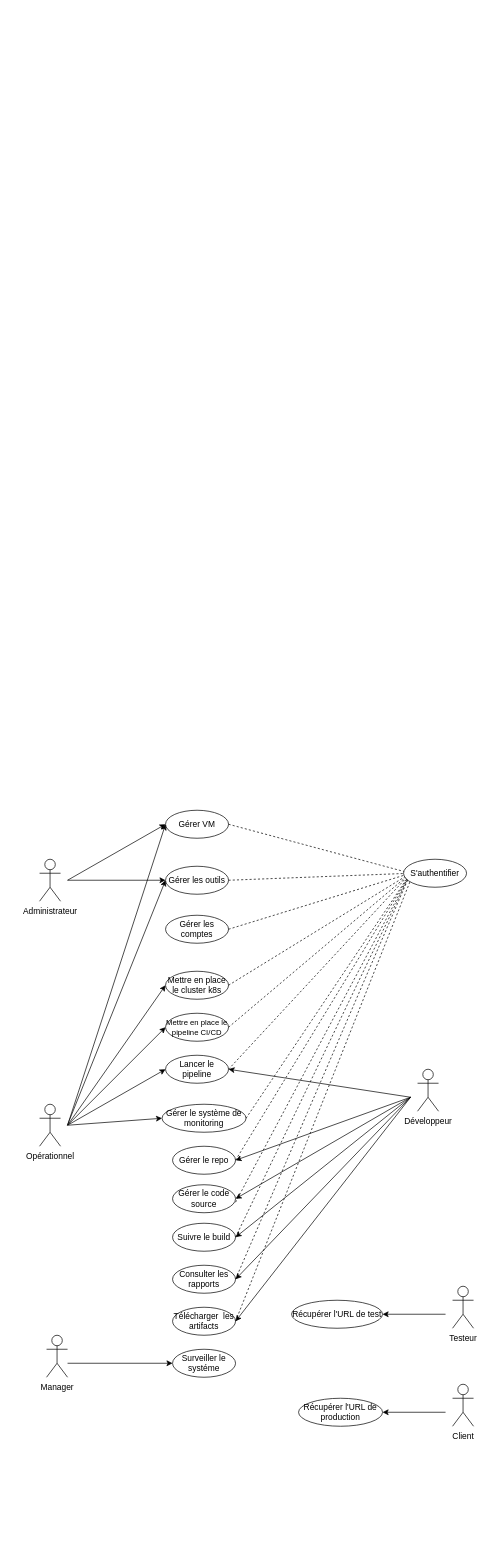
Earlier version of the draw.io diagram page "Page-3" (3 of 6) of Untitled Diagram.drawio (nouha57/AJAX-Movie-Recommendation-System-with-Sentiment-Analysis). Source tidied: cells renumbered, new cells numbered last; positions are measured from the earlier drawing's top-left corner, leaving out a move shared by most shapes. Both pictures are drawn from the tidied source at 70%, with x=0, y=0 at pixel (39, 810).
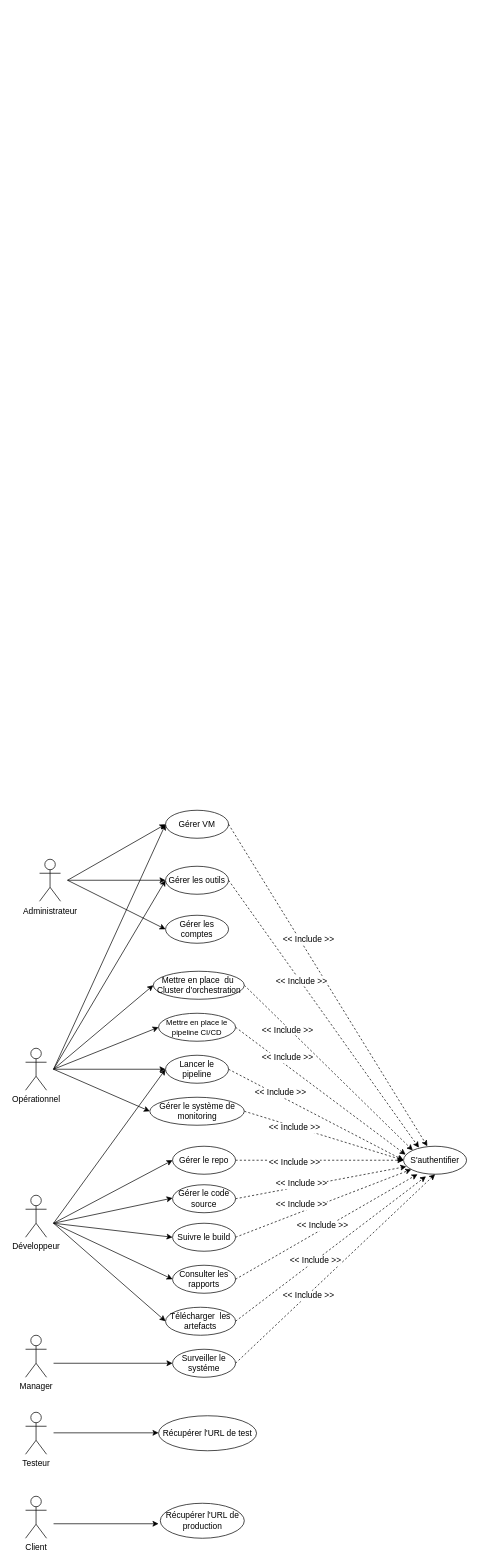
The same diagram, later.

Commit message (it also covers changes not shown here):
Mettre à jour Untitled Diagram.drawio

Unchanged cells that the change refers to:
```xml
<mxCell id="4" value="Gérer VM" style="ellipse;whiteSpace=wrap;html=1;" parent="1" vertex="1">
  <mxGeometry x="180" width="90" height="40" as="geometry" />
</mxCell>
<mxCell id="5" value="Gérer les outils" style="ellipse;whiteSpace=wrap;html=1;" parent="1" vertex="1">
  <mxGeometry x="180" y="80" width="90" height="40" as="geometry" />
</mxCell>
<mxCell id="6" value="Gérer les comptes" style="ellipse;whiteSpace=wrap;html=1;" parent="1" vertex="1">
  <mxGeometry x="180" y="150" width="90" height="40" as="geometry" />
</mxCell>
<mxCell id="8" value="Lancer le pipeline" style="ellipse;whiteSpace=wrap;html=1;" parent="1" vertex="1">
  <mxGeometry x="180" y="350" width="90" height="40" as="geometry" />
</mxCell>
<mxCell id="13" value="&lt;font style=&quot;font-size: 12px;&quot;&gt;Gérer le repo&lt;/font&gt;" style="ellipse;whiteSpace=wrap;html=1;" parent="1" vertex="1">
  <mxGeometry x="190" y="480" width="90" height="40" as="geometry" />
</mxCell>
<mxCell id="16" value="&lt;font style=&quot;font-size: 12px;&quot;&gt;Gérer le code source&lt;/font&gt;" style="ellipse;whiteSpace=wrap;html=1;" parent="1" vertex="1">
  <mxGeometry x="190" y="535" width="90" height="40" as="geometry" />
</mxCell>
<mxCell id="17" value="&lt;font style=&quot;font-size: 12px;&quot;&gt;Suivre le build&lt;/font&gt;" style="ellipse;whiteSpace=wrap;html=1;" parent="1" vertex="1">
  <mxGeometry x="190" y="590" width="90" height="40" as="geometry" />
</mxCell>
<mxCell id="18" value="&lt;font style=&quot;font-size: 12px;&quot;&gt;Consulter les rapports&lt;/font&gt;" style="ellipse;whiteSpace=wrap;html=1;" parent="1" vertex="1">
  <mxGeometry x="190" y="650" width="90" height="40" as="geometry" />
</mxCell>
<mxCell id="45" value="&lt;font style=&quot;font-size: 12px;&quot;&gt;Surveiller le systéme&lt;/font&gt;" style="ellipse;whiteSpace=wrap;html=1;" parent="1" vertex="1">
  <mxGeometry x="190" y="770" width="90" height="40" as="geometry" />
</mxCell>
```

The edit, as a diff of the source:
```diff
@@
     <mxCell id="3" value="Opérationnel&lt;br&gt;" style="shape=umlActor;verticalLabelPosition=bottom;verticalAlign=top;html=1;" parent="1" vertex="1">
-      <mxGeometry y="420" width="30" height="60" as="geometry" />
+      <mxGeometry x="-20" y="340" width="30" height="60" as="geometry" />
     </mxCell>
@@
+    <mxCell id="53" style="edgeStyle=none;rounded=0;jettySize=auto;html=1;exitX=1;exitY=0.5;exitDx=0;exitDy=0;entryX=0;entryY=0;entryDx=0;entryDy=0;endArrow=classic;endFill=1;strokeColor=default;dashed=1;" parent="1" edge="1" source="7" target="43">
+      <mxGeometry relative="1" as="geometry" />
+    </mxCell>
-    <mxCell id="7" value="Mettre en place le cluster k8s" style="ellipse;whiteSpace=wrap;html=1;" parent="1" vertex="1">
-      <mxGeometry x="180" y="230" width="90" height="40" as="geometry" />
+    <mxCell id="7" value="Mettre en place&amp;nbsp; du&amp;nbsp; Cluster d'orchestration" style="ellipse;whiteSpace=wrap;html=1;" parent="1" vertex="1">
+      <mxGeometry x="162.5" y="230" width="130" height="40" as="geometry" />
     </mxCell>
+    <mxCell id="54" style="edgeStyle=none;rounded=0;jettySize=auto;html=1;exitX=1;exitY=0.5;exitDx=0;exitDy=0;entryX=0;entryY=0.5;entryDx=0;entryDy=0;endArrow=classic;endFill=1;strokeColor=default;dashed=1;" parent="1" edge="1" source="8" target="43">
+      <mxGeometry relative="1" as="geometry" />
+    </mxCell>
@@
+    <mxCell id="55" style="edgeStyle=none;rounded=0;jettySize=auto;html=1;exitX=1;exitY=0.5;exitDx=0;exitDy=0;dashed=1;endArrow=classic;endFill=1;strokeColor=default;" parent="1" edge="1" source="9">
+      <mxGeometry relative="1" as="geometry">
+        <mxPoint x="520" y="500" as="targetPoint" />
+      </mxGeometry>
+    </mxCell>
     <mxCell id="9" value="Gérer le système de monitoring" style="ellipse;whiteSpace=wrap;html=1;" parent="1" vertex="1">
-      <mxGeometry x="175" y="420" width="120" height="40" as="geometry" />
+      <mxGeometry x="157.5" y="410" width="135" height="40" as="geometry" />
     </mxCell>
+    <mxCell id="56" style="edgeStyle=none;rounded=0;jettySize=auto;html=1;exitX=1;exitY=0.5;exitDx=0;exitDy=0;entryX=0.033;entryY=0.3;entryDx=0;entryDy=0;entryPerimeter=0;endArrow=classic;endFill=1;strokeColor=default;dashed=1;" parent="1" edge="1" source="10" target="43">
+      <mxGeometry relative="1" as="geometry" />
+    </mxCell>
     <mxCell id="10" value="&lt;font style=&quot;font-size: 11px;&quot;&gt;Mettre en place le pipeline CI/CD&lt;/font&gt;" style="ellipse;whiteSpace=wrap;html=1;" parent="1" vertex="1">
-      <mxGeometry x="180" y="290" width="90" height="40" as="geometry" />
+      <mxGeometry x="170" y="290" width="110" height="40" as="geometry" />
     </mxCell>
@@
+    <mxCell id="57" style="edgeStyle=none;rounded=0;jettySize=auto;html=1;exitX=1;exitY=0.5;exitDx=0;exitDy=0;entryX=0;entryY=0.5;entryDx=0;entryDy=0;dashed=1;endArrow=classic;endFill=1;strokeColor=default;" parent="1" edge="1" source="13" target="43">
+      <mxGeometry relative="1" as="geometry" />
+    </mxCell>
@@
     <mxCell id="14" style="endArrow=classic;html=1;rounded=0;fontSize=11;entryX=0;entryY=0.5;entryDx=0;entryDy=0;" parent="1" edge="1" target="7">
       <mxGeometry relative="1" as="geometry">
-        <mxPoint x="40" y="450" as="sourcePoint" />
+        <mxPoint x="20" y="370" as="sourcePoint" />
       </mxGeometry>
     </mxCell>
     <mxCell id="15" style="endArrow=classic;html=1;rounded=0;fontSize=11;entryX=0;entryY=0.5;entryDx=0;entryDy=0;" parent="1" edge="1" target="4">
       <mxGeometry relative="1" as="geometry">
-        <mxPoint x="40" y="450" as="sourcePoint" />
+        <mxPoint x="20" y="370" as="sourcePoint" />
       </mxGeometry>
     </mxCell>
+    <mxCell id="58" style="edgeStyle=none;rounded=0;jettySize=auto;html=1;exitX=1;exitY=0.5;exitDx=0;exitDy=0;entryX=0.044;entryY=0.725;entryDx=0;entryDy=0;entryPerimeter=0;endArrow=classic;endFill=1;strokeColor=default;dashed=1;" parent="1" edge="1" source="16" target="43">
+      <mxGeometry relative="1" as="geometry" />
+    </mxCell>
@@
+    <mxCell id="59" style="edgeStyle=none;rounded=0;jettySize=auto;html=1;exitX=1;exitY=0.5;exitDx=0;exitDy=0;endArrow=classic;endFill=1;strokeColor=default;dashed=1;" parent="1" edge="1" source="17" target="43">
+      <mxGeometry relative="1" as="geometry" />
+    </mxCell>
@@
-    <mxCell id="19" value="&lt;font style=&quot;font-size: 12px;&quot;&gt;Télécharger&amp;nbsp; les artifacts&lt;/font&gt;" style="ellipse;whiteSpace=wrap;html=1;" parent="1" vertex="1">
-      <mxGeometry x="190" y="710" width="90" height="40" as="geometry" />
+    <mxCell id="19" value="&lt;font style=&quot;font-size: 12px;&quot;&gt;Télécharger&amp;nbsp; les artefacts&lt;/font&gt;" style="ellipse;whiteSpace=wrap;html=1;" parent="1" vertex="1">
+      <mxGeometry x="180" y="710" width="100" height="40" as="geometry" />
     </mxCell>
     <mxCell id="20" style="endArrow=classic;html=1;rounded=0;entryX=0;entryY=0.5;entryDx=0;entryDy=0;" parent="1" edge="1" target="5">
       <mxGeometry relative="1" as="geometry">
-        <mxPoint x="40" y="449.3" as="sourcePoint" />
+        <mxPoint x="20" y="370" as="sourcePoint" />
       </mxGeometry>
     </mxCell>
     <mxCell id="21" style="endArrow=classic;html=1;rounded=0;entryX=0;entryY=0.5;entryDx=0;entryDy=0;" parent="1" edge="1" target="10">
       <mxGeometry relative="1" as="geometry">
-        <mxPoint x="40" y="450" as="sourcePoint" />
+        <mxPoint x="20" y="370" as="sourcePoint" />
       </mxGeometry>
     </mxCell>
     <mxCell id="22" style="endArrow=classic;html=1;rounded=0;entryX=0;entryY=0.5;entryDx=0;entryDy=0;" parent="1" edge="1" target="8">
       <mxGeometry relative="1" as="geometry">
-        <mxPoint x="40" y="450" as="sourcePoint" />
+        <mxPoint x="20" y="370" as="sourcePoint" />
       </mxGeometry>
     </mxCell>
     <mxCell id="23" style="endArrow=classic;html=1;rounded=0;entryX=0;entryY=0.5;entryDx=0;entryDy=0;" parent="1" edge="1" target="9">
       <mxGeometry relative="1" as="geometry">
-        <mxPoint x="40" y="450" as="sourcePoint" />
+        <mxPoint x="20" y="370" as="sourcePoint" />
       </mxGeometry>
     </mxCell>
+    <mxCell id="60" style="edgeStyle=none;rounded=0;jettySize=auto;html=1;entryX=0;entryY=0.5;entryDx=0;entryDy=0;endArrow=classic;endFill=1;strokeColor=default;" parent="1" edge="1" target="13">
+      <mxGeometry relative="1" as="geometry">
+        <mxPoint x="20" y="590" as="sourcePoint" />
+      </mxGeometry>
+    </mxCell>
     <mxCell id="24" value="Développeur" style="shape=umlActor;verticalLabelPosition=bottom;verticalAlign=top;html=1;" parent="1" vertex="1">
-      <mxGeometry x="540" y="370" width="30" height="60" as="geometry" />
+      <mxGeometry x="-20" y="550" width="30" height="60" as="geometry" />
     </mxCell>
-    <mxCell id="25" style="endArrow=classic;html=1;rounded=0;fontSize=12;entryX=1;entryY=0.5;entryDx=0;entryDy=0;" parent="1" edge="1" target="8">
-      <mxGeometry relative="1" as="geometry">
-        <mxPoint x="530" y="410" as="sourcePoint" />
-      </mxGeometry>
-    </mxCell>
-    <mxCell id="26" style="endArrow=classic;html=1;rounded=0;fontSize=12;entryX=1;entryY=0.5;entryDx=0;entryDy=0;" parent="1" edge="1" target="13">
-      <mxGeometry relative="1" as="geometry">
-        <mxPoint x="530" y="410" as="sourcePoint" />
-      </mxGeometry>
-    </mxCell>
-    <mxCell id="27" style="endArrow=classic;html=1;rounded=0;fontSize=12;entryX=1;entryY=0.5;entryDx=0;entryDy=0;" parent="1" edge="1" target="16">
-      <mxGeometry relative="1" as="geometry">
-        <mxPoint x="530" y="410" as="sourcePoint" />
-      </mxGeometry>
-    </mxCell>
-    <mxCell id="28" style="endArrow=classic;html=1;rounded=0;fontSize=12;entryX=1;entryY=0.5;entryDx=0;entryDy=0;" parent="1" edge="1" target="17">
-      <mxGeometry relative="1" as="geometry">
-        <mxPoint x="530" y="410" as="sourcePoint" />
-      </mxGeometry>
-    </mxCell>
-    <mxCell id="29" style="endArrow=classic;html=1;rounded=0;fontSize=12;entryX=1;entryY=0.5;entryDx=0;entryDy=0;" parent="1" edge="1" target="18">
-      <mxGeometry relative="1" as="geometry">
-        <mxPoint x="530" y="410" as="sourcePoint" />
-      </mxGeometry>
-    </mxCell>
-    <mxCell id="30" style="endArrow=classic;html=1;rounded=0;fontSize=12;entryX=1;entryY=0.5;entryDx=0;entryDy=0;" parent="1" edge="1" target="19">
-      <mxGeometry relative="1" as="geometry">
-        <mxPoint x="530" y="410" as="sourcePoint" />
-      </mxGeometry>
-    </mxCell>
-    <mxCell id="31" style="endArrow=none;dashed=1;html=1;rounded=0;fontSize=12;exitX=1;exitY=0.5;exitDx=0;exitDy=0;" parent="1" edge="1" source="4">
-      <mxGeometry relative="1" as="geometry">
-        <mxPoint x="530" y="90" as="targetPoint" />
-      </mxGeometry>
+    <mxCell id="31" style="endArrow=classic;dashed=1;html=1;rounded=0;fontSize=12;exitX=1;exitY=0.5;exitDx=0;exitDy=0;endFill=1;entryX=0.378;entryY=0;entryDx=0;entryDy=0;entryPerimeter=0;" parent="1" edge="1" source="4" target="43">
+      <mxGeometry relative="1" as="geometry" />
     </mxCell>
-    <mxCell id="32" style="endArrow=none;dashed=1;html=1;rounded=0;fontSize=12;exitX=1;exitY=0.5;exitDx=0;exitDy=0;" parent="1" edge="1" source="5">
-      <mxGeometry relative="1" as="geometry">
-        <mxPoint x="530" y="90" as="targetPoint" />
-      </mxGeometry>
+    <mxCell id="32" style="endArrow=classic;dashed=1;html=1;rounded=0;fontSize=12;exitX=1;exitY=0.5;exitDx=0;exitDy=0;endFill=1;entryX=0.244;entryY=0.05;entryDx=0;entryDy=0;entryPerimeter=0;" parent="1" edge="1" source="5" target="43">
+      <mxGeometry relative="1" as="geometry" />
     </mxCell>
-    <mxCell id="33" style="endArrow=none;dashed=1;html=1;rounded=0;fontSize=12;exitX=1;exitY=0.5;exitDx=0;exitDy=0;" parent="1" edge="1" source="6">
-      <mxGeometry relative="1" as="geometry">
-        <mxPoint x="530" y="90" as="targetPoint" />
-      </mxGeometry>
-    </mxCell>
-    <mxCell id="34" style="endArrow=none;dashed=1;html=1;rounded=0;fontSize=12;exitX=1;exitY=0.5;exitDx=0;exitDy=0;" parent="1" edge="1" source="10">
-      <mxGeometry relative="1" as="geometry">
-        <mxPoint x="530" y="90" as="targetPoint" />
-      </mxGeometry>
-    </mxCell>
-    <mxCell id="35" style="endArrow=none;dashed=1;html=1;rounded=0;fontSize=12;" parent="1" edge="1">
-      <mxGeometry relative="1" as="geometry">
-        <mxPoint x="270" y="370" as="sourcePoint" />
-        <mxPoint x="530" y="90" as="targetPoint" />
-      </mxGeometry>
-    </mxCell>
-    <mxCell id="36" style="endArrow=none;dashed=1;html=1;rounded=0;fontSize=12;exitX=1;exitY=0.5;exitDx=0;exitDy=0;" parent="1" edge="1" source="9">
-      <mxGeometry relative="1" as="geometry">
-        <mxPoint x="530" y="90" as="targetPoint" />
-      </mxGeometry>
-    </mxCell>
-    <mxCell id="37" style="endArrow=none;dashed=1;html=1;rounded=0;fontSize=12;exitX=1;exitY=0.5;exitDx=0;exitDy=0;" parent="1" edge="1" source="13">
-      <mxGeometry relative="1" as="geometry">
-        <mxPoint x="530" y="90" as="targetPoint" />
-      </mxGeometry>
-    </mxCell>
-    <mxCell id="38" style="endArrow=none;dashed=1;html=1;rounded=0;fontSize=12;" parent="1" edge="1">
-      <mxGeometry relative="1" as="geometry">
-        <mxPoint x="280" y="560" as="sourcePoint" />
-        <mxPoint x="530" y="90" as="targetPoint" />
-      </mxGeometry>
-    </mxCell>
-    <mxCell id="39" style="endArrow=none;dashed=1;html=1;rounded=0;fontSize=12;" parent="1" edge="1">
-      <mxGeometry relative="1" as="geometry">
-        <mxPoint x="280" y="610" as="sourcePoint" />
-        <mxPoint x="530" y="90" as="targetPoint" />
-      </mxGeometry>
-    </mxCell>
-    <mxCell id="40" style="endArrow=none;dashed=1;html=1;rounded=0;fontSize=12;exitX=1;exitY=0.5;exitDx=0;exitDy=0;" parent="1" edge="1" source="7">
-      <mxGeometry relative="1" as="geometry">
-        <mxPoint x="530" y="90" as="targetPoint" />
-      </mxGeometry>
-    </mxCell>
-    <mxCell id="41" style="endArrow=none;dashed=1;html=1;rounded=0;fontSize=12;" parent="1" edge="1">
-      <mxGeometry relative="1" as="geometry">
-        <mxPoint x="280" y="670" as="sourcePoint" />
-        <mxPoint x="530" y="90" as="targetPoint" />
-      </mxGeometry>
+    <mxCell id="41" style="endArrow=classic;dashed=1;html=1;rounded=0;fontSize=12;exitX=1;exitY=0.5;exitDx=0;exitDy=0;endFill=1;entryX=0.222;entryY=1;entryDx=0;entryDy=0;entryPerimeter=0;" parent="1" edge="1" source="18" target="43">
+      <mxGeometry relative="1" as="geometry" />
     </mxCell>
-    <mxCell id="42" style="endArrow=none;dashed=1;html=1;rounded=0;fontSize=12;" parent="1" edge="1">
+    <mxCell id="42" style="endArrow=classic;dashed=1;html=1;rounded=0;fontSize=12;endFill=1;entryX=0.356;entryY=1.075;entryDx=0;entryDy=0;entryPerimeter=0;" parent="1" edge="1" target="43">
       <mxGeometry relative="1" as="geometry">
         <mxPoint x="280" y="730" as="sourcePoint" />
-        <mxPoint x="530" y="100" as="targetPoint" />
       </mxGeometry>
     </mxCell>
     <mxCell id="43" value="S'authentifier" style="ellipse;whiteSpace=wrap;html=1;" parent="1" vertex="1">
-      <mxGeometry x="520" y="70" width="90" height="40" as="geometry" />
+      <mxGeometry x="520" y="480" width="90" height="40" as="geometry" />
     </mxCell>
     <mxCell id="44" value="Manager" style="shape=umlActor;verticalLabelPosition=bottom;verticalAlign=top;html=1;" parent="1" vertex="1">
-      <mxGeometry x="10" y="750" width="30" height="60" as="geometry" />
+      <mxGeometry x="-20" y="750" width="30" height="60" as="geometry" />
     </mxCell>
+    <mxCell id="61" style="edgeStyle=none;rounded=0;jettySize=auto;html=1;exitX=1;exitY=0.5;exitDx=0;exitDy=0;entryX=0.5;entryY=1;entryDx=0;entryDy=0;dashed=1;endArrow=classic;endFill=1;strokeColor=default;" parent="1" edge="1" source="45" target="43">
+      <mxGeometry relative="1" as="geometry" />
+    </mxCell>
@@
     <mxCell id="46" style="endArrow=classic;html=1;rounded=0;entryX=0;entryY=0.5;entryDx=0;entryDy=0;" parent="1" edge="1" target="45">
       <mxGeometry relative="1" as="geometry">
-        <mxPoint x="40" y="790" as="sourcePoint" />
+        <mxPoint x="20" y="790" as="sourcePoint" />
       </mxGeometry>
     </mxCell>
     <mxCell id="47" value="&lt;font style=&quot;font-size: 12px;&quot;&gt;Récupérer l'URL de test&lt;/font&gt;" style="ellipse;whiteSpace=wrap;html=1;" parent="1" vertex="1">
-      <mxGeometry x="360" y="700" width="130" height="40" as="geometry" />
+      <mxGeometry x="170" y="865" width="140" height="50" as="geometry" />
     </mxCell>
     <mxCell id="48" value="Testeur" style="shape=umlActor;verticalLabelPosition=bottom;verticalAlign=top;html=1;" parent="1" vertex="1">
-      <mxGeometry x="590" y="680" width="30" height="60" as="geometry" />
+      <mxGeometry x="-20" y="860" width="30" height="60" as="geometry" />
     </mxCell>
-    <mxCell id="49" style="endArrow=classic;html=1;rounded=0;fontSize=12;" parent="1" edge="1">
-      <mxGeometry relative="1" as="geometry">
-        <mxPoint x="580" y="720" as="sourcePoint" />
-        <mxPoint x="490" y="720" as="targetPoint" />
-      </mxGeometry>
-    </mxCell>
     <mxCell id="50" value="Client" style="shape=umlActor;verticalLabelPosition=bottom;verticalAlign=top;html=1;" parent="1" vertex="1">
-      <mxGeometry x="590" y="820" width="30" height="60" as="geometry" />
+      <mxGeometry x="-20" y="980" width="30" height="60" as="geometry" />
     </mxCell>
-    <mxCell id="51" style="endArrow=classic;html=1;rounded=0;fontSize=12;" parent="1" edge="1">
-      <mxGeometry relative="1" as="geometry">
-        <mxPoint x="580" y="860" as="sourcePoint" />
-        <mxPoint x="490" y="860" as="targetPoint" />
-      </mxGeometry>
-    </mxCell>
     <mxCell id="52" value="&lt;font style=&quot;font-size: 12px;&quot;&gt;Récupérer l'URL de production&lt;/font&gt;" style="ellipse;whiteSpace=wrap;html=1;" parent="1" vertex="1">
-      <mxGeometry x="370" y="840" width="120" height="40" as="geometry" />
+      <mxGeometry x="172.5" y="990" width="120" height="50" as="geometry" />
     </mxCell>
+    <mxCell id="62" value="&amp;lt;&amp;lt; Include &amp;gt;&amp;gt;" style="edgeLabel;html=1;align=center;verticalAlign=middle;fontSize=12;" parent="1" vertex="1">
+      <mxGeometry x="70" y="-970" as="geometry">
+        <mxPoint x="283" y="1323" as="offset" />
+      </mxGeometry>
+    </mxCell>
+    <mxCell id="63" value="&amp;lt;&amp;lt; Include &amp;gt;&amp;gt;" style="edgeLabel;html=1;align=center;verticalAlign=middle;fontSize=12;" parent="1" vertex="1">
+      <mxGeometry x="80" y="-870" as="geometry">
+        <mxPoint x="283" y="1323" as="offset" />
+      </mxGeometry>
+    </mxCell>
+    <mxCell id="64" value="&amp;lt;&amp;lt; Include &amp;gt;&amp;gt;" style="edgeLabel;html=1;align=center;verticalAlign=middle;fontSize=12;" parent="1" vertex="1">
+      <mxGeometry x="100" y="-1140" as="geometry">
+        <mxPoint x="283" y="1323" as="offset" />
+      </mxGeometry>
+    </mxCell>
+    <mxCell id="65" value="&amp;lt;&amp;lt; Include &amp;gt;&amp;gt;" style="edgeLabel;html=1;align=center;verticalAlign=middle;fontSize=12;" parent="1" vertex="1">
+      <mxGeometry x="70" y="-1010" as="geometry">
+        <mxPoint x="283" y="1323" as="offset" />
+      </mxGeometry>
+    </mxCell>
+    <mxCell id="66" value="&amp;lt;&amp;lt; Include &amp;gt;&amp;gt;" style="edgeLabel;html=1;align=center;verticalAlign=middle;fontSize=12;" parent="1" vertex="1">
+      <mxGeometry x="90" y="-1080" as="geometry">
+        <mxPoint x="283" y="1323" as="offset" />
+      </mxGeometry>
+    </mxCell>
+    <mxCell id="67" style="edgeStyle=none;rounded=0;orthogonalLoop=1;jettySize=auto;html=1;entryX=0;entryY=0.5;entryDx=0;entryDy=0;endArrow=classic;endFill=1;strokeColor=default;" parent="1" edge="1">
+      <mxGeometry relative="1" as="geometry">
+        <mxPoint x="20" y="590" as="sourcePoint" />
+        <mxPoint x="190" y="554" as="targetPoint" />
+      </mxGeometry>
+    </mxCell>
+    <mxCell id="68" style="edgeStyle=none;rounded=0;orthogonalLoop=1;jettySize=auto;html=1;endArrow=classic;endFill=1;strokeColor=default;" parent="1" edge="1">
+      <mxGeometry relative="1" as="geometry">
+        <mxPoint x="20" y="590" as="sourcePoint" />
+        <mxPoint x="190" y="610" as="targetPoint" />
+      </mxGeometry>
+    </mxCell>
+    <mxCell id="69" style="edgeStyle=none;rounded=0;jettySize=auto;html=1;endArrow=classic;endFill=1;strokeColor=default;entryX=0;entryY=0.5;entryDx=0;entryDy=0;" parent="1" edge="1" target="18">
+      <mxGeometry relative="1" as="geometry">
+        <mxPoint x="20" y="590" as="sourcePoint" />
+      </mxGeometry>
+    </mxCell>
+    <mxCell id="70" style="edgeStyle=none;rounded=0;jettySize=auto;html=1;entryX=0;entryY=0.5;entryDx=0;entryDy=0;endArrow=classic;endFill=1;strokeColor=default;" parent="1" edge="1" target="19">
+      <mxGeometry relative="1" as="geometry">
+        <mxPoint x="20" y="590" as="sourcePoint" />
+      </mxGeometry>
+    </mxCell>
+    <mxCell id="71" style="endArrow=classic;html=1;rounded=0;entryX=0;entryY=0.5;entryDx=0;entryDy=0;entryPerimeter=0;" parent="1" edge="1" target="6">
+      <mxGeometry relative="1" as="geometry">
+        <mxPoint x="40" y="100" as="sourcePoint" />
+      </mxGeometry>
+    </mxCell>
+    <mxCell id="72" style="edgeStyle=none;rounded=0;orthogonalLoop=1;jettySize=auto;html=1;endArrow=classic;endFill=1;strokeColor=default;" parent="1" edge="1">
+      <mxGeometry relative="1" as="geometry">
+        <mxPoint x="20" y="590" as="sourcePoint" />
+        <mxPoint x="180" y="370" as="targetPoint" />
+      </mxGeometry>
+    </mxCell>
+    <mxCell id="73" style="endArrow=classic;html=1;rounded=0;entryX=0;entryY=0.5;entryDx=0;entryDy=0;" parent="1" edge="1">
+      <mxGeometry relative="1" as="geometry">
+        <mxPoint x="20" y="889.4" as="sourcePoint" />
+        <mxPoint x="170" y="889.4" as="targetPoint" />
+      </mxGeometry>
+    </mxCell>
+    <mxCell id="74" style="endArrow=classic;html=1;rounded=0;entryX=0;entryY=0.5;entryDx=0;entryDy=0;" parent="1" edge="1">
+      <mxGeometry relative="1" as="geometry">
+        <mxPoint x="20" y="1019.3" as="sourcePoint" />
+        <mxPoint x="170" y="1019.3" as="targetPoint" />
+      </mxGeometry>
+    </mxCell>
+    <mxCell id="75" value="&amp;lt;&amp;lt; Include &amp;gt;&amp;gt;" style="edgeLabel;html=1;align=center;verticalAlign=middle;fontSize=12;" parent="1" vertex="1">
+      <mxGeometry x="60" y="-920" as="geometry">
+        <mxPoint x="283" y="1323" as="offset" />
+      </mxGeometry>
+    </mxCell>
+    <mxCell id="76" value="&amp;lt;&amp;lt; Include &amp;gt;&amp;gt;" style="edgeLabel;html=1;align=center;verticalAlign=middle;fontSize=12;" parent="1" vertex="1">
+      <mxGeometry x="120" y="-730" as="geometry">
+        <mxPoint x="283" y="1323" as="offset" />
+      </mxGeometry>
+    </mxCell>
+    <mxCell id="77" value="&amp;lt;&amp;lt; Include &amp;gt;&amp;gt;" style="edgeLabel;html=1;align=center;verticalAlign=middle;fontSize=12;" parent="1" vertex="1">
+      <mxGeometry x="90" y="-760" as="geometry">
+        <mxPoint x="283" y="1323" as="offset" />
+      </mxGeometry>
+    </mxCell>
+    <mxCell id="78" value="&amp;lt;&amp;lt; Include &amp;gt;&amp;gt;" style="edgeLabel;html=1;align=center;verticalAlign=middle;fontSize=12;" parent="1" vertex="1">
+      <mxGeometry x="90" y="-790" as="geometry">
+        <mxPoint x="283" y="1323" as="offset" />
+      </mxGeometry>
+    </mxCell>
+    <mxCell id="79" value="&amp;lt;&amp;lt; Include &amp;gt;&amp;gt;" style="edgeLabel;html=1;align=center;verticalAlign=middle;fontSize=12;" parent="1" vertex="1">
+      <mxGeometry x="80" y="-820" as="geometry">
+        <mxPoint x="283" y="1323" as="offset" />
+      </mxGeometry>
+    </mxCell>
+    <mxCell id="80" value="&amp;lt;&amp;lt; Include &amp;gt;&amp;gt;" style="edgeLabel;html=1;align=center;verticalAlign=middle;fontSize=12;" parent="1" vertex="1">
+      <mxGeometry x="100" y="-630" as="geometry">
+        <mxPoint x="283" y="1323" as="offset" />
+      </mxGeometry>
+    </mxCell>
+    <mxCell id="81" value="&amp;lt;&amp;lt; Include &amp;gt;&amp;gt;" style="edgeLabel;html=1;align=center;verticalAlign=middle;fontSize=12;" parent="1" vertex="1">
+      <mxGeometry x="110" y="-680" as="geometry">
+        <mxPoint x="283" y="1323" as="offset" />
+      </mxGeometry>
+    </mxCell>
```
